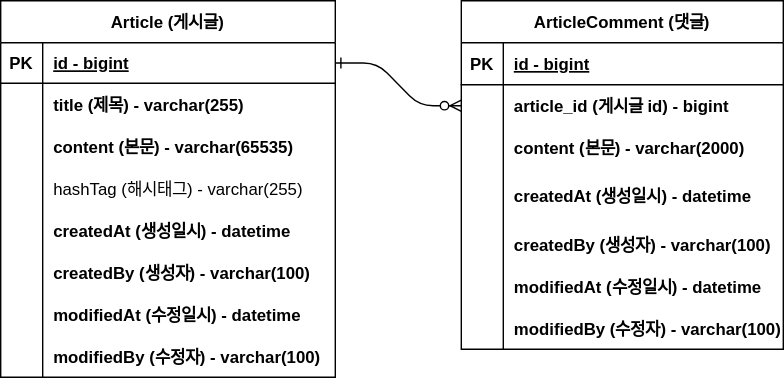
Above: document/project-board-erd.svg in sungjun1116/project-board (draw.io), before the change. Source tidied: cells renumbered, new cells last; positions are measured from the earlier drawing's top-left corner, leaving out a move shared by most shapes.
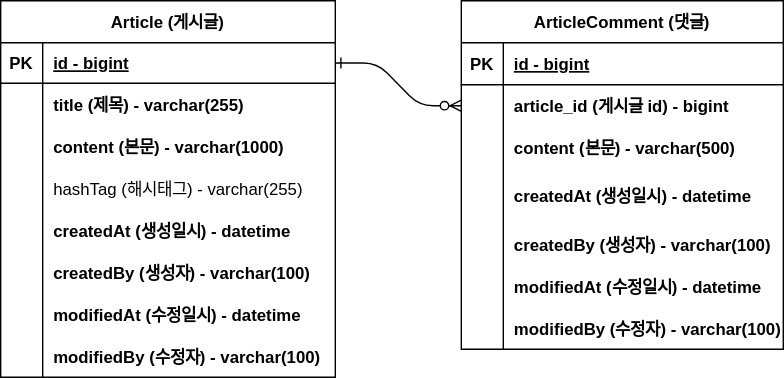
Above is the later version.

Commit message:
#10 - erd 업데이트: content 사이즈 변경

Diff of the diagram source:
```diff
@@ -34,7 +34,7 @@
     <mxCell id="11" style="shape=partialRectangle;overflow=hidden;fillColor=none;top=0;left=0;bottom=0;right=0;" parent="10" vertex="1">
       <mxGeometry width="30" height="30" as="geometry" />
     </mxCell>
-    <mxCell id="12" value="content (본문) - varchar(65535)" style="shape=partialRectangle;overflow=hidden;fillColor=none;top=0;left=0;bottom=0;right=0;align=left;spacingLeft=6;fontStyle=1;" parent="10" vertex="1">
+    <mxCell id="12" value="content (본문) - varchar(1000)" style="shape=partialRectangle;overflow=hidden;fillColor=none;top=0;left=0;bottom=0;right=0;align=left;spacingLeft=6;fontStyle=1;" parent="10" vertex="1">
       <mxGeometry x="30" width="209" height="30" as="geometry" />
     </mxCell>
     <mxCell id="13" style="shape=partialRectangle;fillColor=none;top=0;left=0;right=0;bottom=0;" parent="3" vertex="1">
@@ -109,7 +109,7 @@
     <mxCell id="36" style="shape=partialRectangle;overflow=hidden;fillColor=none;top=0;left=0;bottom=0;right=0;" parent="35" vertex="1">
       <mxGeometry width="30" height="30" as="geometry" />
     </mxCell>
-    <mxCell id="37" value="content (본문) - varchar(2000)" style="shape=partialRectangle;overflow=hidden;fillColor=none;top=0;left=0;bottom=0;right=0;align=left;spacingLeft=6;fontStyle=1;" parent="35" vertex="1">
+    <mxCell id="37" value="content (본문) - varchar(500)" style="shape=partialRectangle;overflow=hidden;fillColor=none;top=0;left=0;bottom=0;right=0;align=left;spacingLeft=6;fontStyle=1;" parent="35" vertex="1">
       <mxGeometry x="30" width="200" height="30" as="geometry" />
     </mxCell>
     <mxCell id="38" style="shape=partialRectangle;fillColor=none;top=0;left=0;right=0;bottom=0;" parent="28" vertex="1">
```
